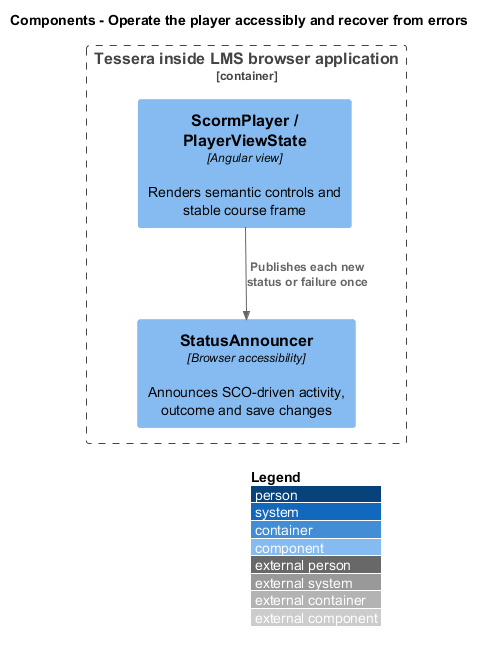
The PlantUML diagram docs/detailed-designs/scorm-player/operate-player/diagrams/c4-component.png in QuinntyneBrown/Tessera, before a commit. The source it was exported from:
```plantuml
@startuml
!include <C4/C4_Component>
LAYOUT_WITH_LEGEND()
title Components - Operate the player accessibly and recover from errors

Container_Boundary(frontend, "Tessera inside LMS browser application") {
  Component(p0, "ScormPlayer / PlayerViewState", "Angular view", "Renders semantic controls and stable course frame")
  Component(p1, "StatusAnnouncer", "Browser accessibility", "Announces SCO-driven activity, outcome and save changes")
}
Rel(p0, p1, "Publishes each new status or failure once")
@enduml
```
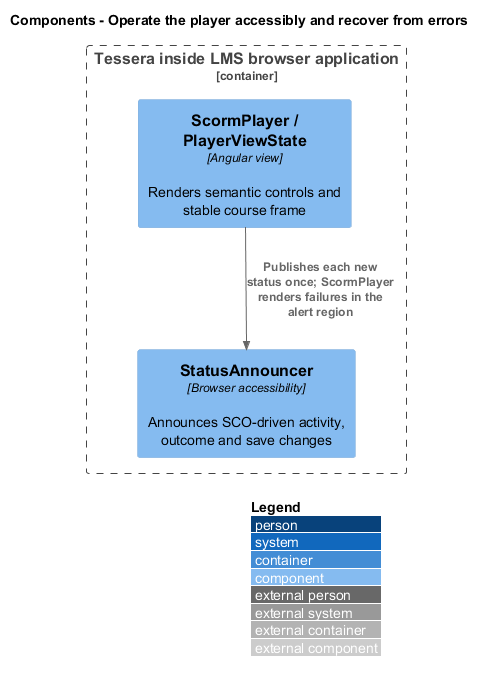
After the change.

Change to the diagram source:
```diff
@@ -7,5 +7,5 @@
   Component(p0, "ScormPlayer / PlayerViewState", "Angular view", "Renders semantic controls and stable course frame")
   Component(p1, "StatusAnnouncer", "Browser accessibility", "Announces SCO-driven activity, outcome and save changes")
 }
-Rel(p0, p1, "Publishes each new status or failure once")
+Rel(p0, p1, "Publishes each new status once; ScormPlayer renders failures in the alert region")
 @enduml
```
